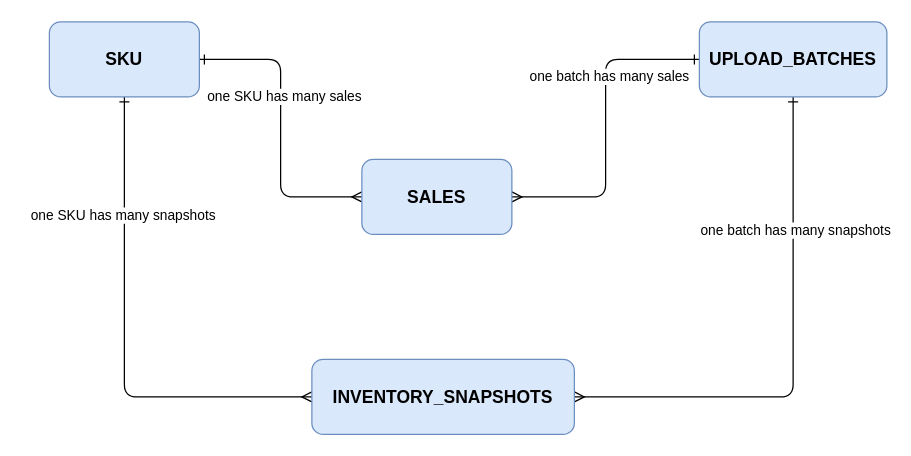
The draw.io diagram pics/drawio/conceptual_ERD.drawio in Kinosaur/retail-insights, before the edit. Source tidied: cells renumbered, new cells numbered last; positions are measured from the earlier drawing's top-left corner, leaving out a move shared by most shapes. Both pictures are drawn from the tidied source at 125%, with x=0, y=0 at pixel (49, 21).
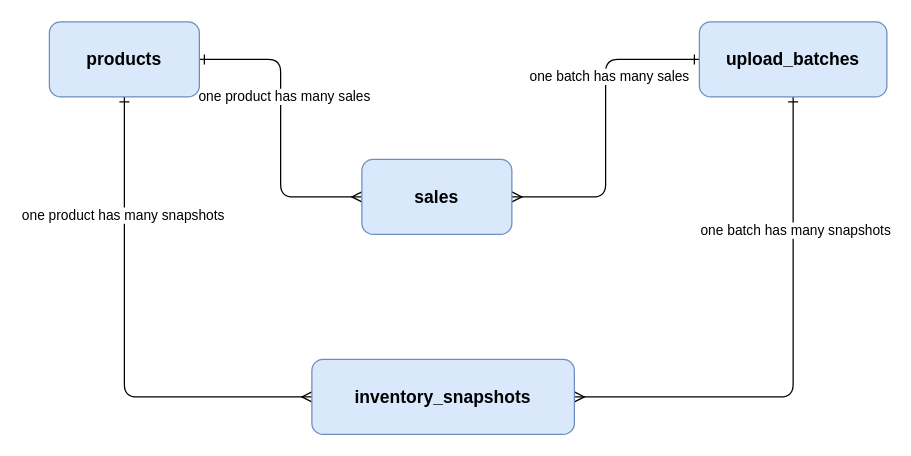
The same diagram, later.

Diff of the diagram source:
```diff
@@
 <mxGraphModel>
   <root>
     <mxCell id="0" />
     <mxCell id="1" parent="0" />
     <mxCell id="2" style="edgeStyle=orthogonalEdgeStyle;rounded=1;jettySize=auto;html=1;entryX=0;entryY=0.5;entryDx=0;entryDy=0;endArrow=ERmany;endFill=0;startArrow=ERone;startFill=0;" parent="1" edge="1" source="6" target="12">
       <mxGeometry relative="1" as="geometry" />
     </mxCell>
-    <mxCell id="3" value="one SKU has many sales" style="edgeLabel;html=1;align=center;verticalAlign=middle;rounded=1;" parent="2" vertex="1">
+    <mxCell id="3" value="one product has many sales" style="edgeLabel;html=1;align=center;verticalAlign=middle;rounded=1;" parent="2" vertex="1">
       <mxGeometry x="-0.22" y="2" relative="1" as="geometry" />
     </mxCell>
     <mxCell id="4" style="edgeStyle=orthogonalEdgeStyle;rounded=1;jettySize=auto;html=1;entryX=0;entryY=0.5;entryDx=0;entryDy=0;exitX=0.5;exitY=1;exitDx=0;exitDy=0;startArrow=ERone;startFill=0;endArrow=ERmany;endFill=0;" parent="1" edge="1" source="6" target="13">
       <mxGeometry relative="1" as="geometry" />
     </mxCell>
-    <mxCell id="5" value="one SKU has many snapshots" style="edgeLabel;html=1;align=center;verticalAlign=middle;rounded=1;" parent="4" vertex="1">
+    <mxCell id="5" value="one product has many snapshots" style="edgeLabel;html=1;align=center;verticalAlign=middle;rounded=1;" parent="4" vertex="1">
       <mxGeometry x="-0.52" y="-2" relative="1" as="geometry" />
     </mxCell>
-    <mxCell id="6" value="SKU" style="rounded=1;whiteSpace=wrap;fillColor=#dae8fc;strokeColor=#6c8ebf;fontStyle=1;fontSize=14;" parent="1" vertex="1">
+    <mxCell id="6" value="products" style="rounded=1;whiteSpace=wrap;fillColor=#dae8fc;strokeColor=#6c8ebf;fontStyle=1;fontSize=14;" parent="1" vertex="1">
       <mxGeometry width="120" height="60" as="geometry" />
     </mxCell>
     <mxCell id="7" style="edgeStyle=orthogonalEdgeStyle;rounded=1;jettySize=auto;html=1;entryX=1;entryY=0.5;entryDx=0;entryDy=0;startArrow=ERone;startFill=0;endArrow=ERmany;endFill=0;" parent="1" edge="1" source="11" target="12">
       <mxGeometry relative="1" as="geometry" />
     </mxCell>
     <mxCell id="8" value="one batch has many sales" style="edgeLabel;html=1;align=center;verticalAlign=middle;rounded=1;" parent="7" vertex="1">
       <mxGeometry x="-0.32" y="2" relative="1" as="geometry" />
     </mxCell>
     <mxCell id="9" style="edgeStyle=orthogonalEdgeStyle;rounded=1;jettySize=auto;html=1;exitX=0.5;exitY=1;exitDx=0;exitDy=0;entryX=1;entryY=0.5;entryDx=0;entryDy=0;startArrow=ERone;startFill=0;endArrow=ERmany;endFill=0;" parent="1" edge="1" source="11" target="13">
       <mxGeometry relative="1" as="geometry" />
     </mxCell>
     <mxCell id="10" value="one batch has many snapshots" style="edgeLabel;html=1;align=center;verticalAlign=middle;rounded=1;" parent="9" vertex="1">
       <mxGeometry x="-0.49" y="1" relative="1" as="geometry" />
     </mxCell>
-    <mxCell id="11" value="UPLOAD_BATCHES" style="rounded=1;whiteSpace=wrap;fillColor=#dae8fc;strokeColor=#6c8ebf;fontStyle=1;fontSize=14;" parent="1" vertex="1">
+    <mxCell id="11" value="upload_batches" style="rounded=1;whiteSpace=wrap;fillColor=#dae8fc;strokeColor=#6c8ebf;fontStyle=1;fontSize=14;" parent="1" vertex="1">
       <mxGeometry x="520" width="150" height="60" as="geometry" />
     </mxCell>
-    <mxCell id="12" value="SALES" style="rounded=1;whiteSpace=wrap;fillColor=#dae8fc;strokeColor=#6c8ebf;fontStyle=1;fontSize=14;" parent="1" vertex="1">
+    <mxCell id="12" value="sales" style="rounded=1;whiteSpace=wrap;fillColor=#dae8fc;strokeColor=#6c8ebf;fontStyle=1;fontSize=14;" parent="1" vertex="1">
       <mxGeometry x="250" y="110" width="120" height="60" as="geometry" />
     </mxCell>
-    <mxCell id="13" value="INVENTORY_SNAPSHOTS" style="rounded=1;whiteSpace=wrap;fillColor=#dae8fc;strokeColor=#6c8ebf;fontStyle=1;fontSize=14;" parent="1" vertex="1">
+    <mxCell id="13" value="inventory_snapshots" style="rounded=1;whiteSpace=wrap;fillColor=#dae8fc;strokeColor=#6c8ebf;fontStyle=1;fontSize=14;" parent="1" vertex="1">
       <mxGeometry x="210" y="270" width="210" height="60" as="geometry" />
     </mxCell>
   </root>
 </mxGraphModel>
```
